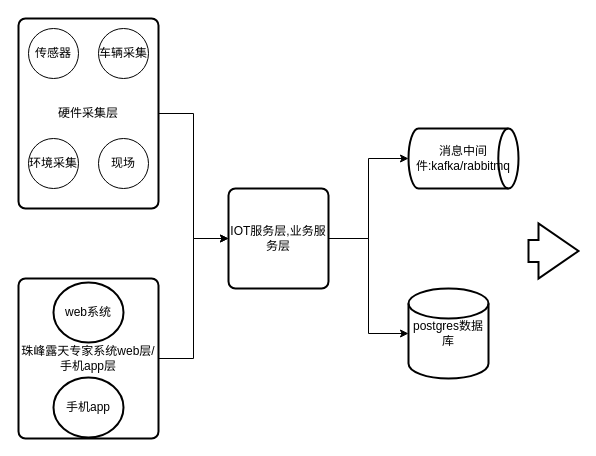
Earlier version of the draw.io diagram 未命名绘图.drawio (dbymz/B2CWeb). Source tidied: cells renumbered, new cells numbered last; positions are measured from the earlier drawing's top-left corner, leaving out a move shared by most shapes. Both pictures are drawn from the tidied source at 100%, with x=0, y=0 at pixel (18, 18).
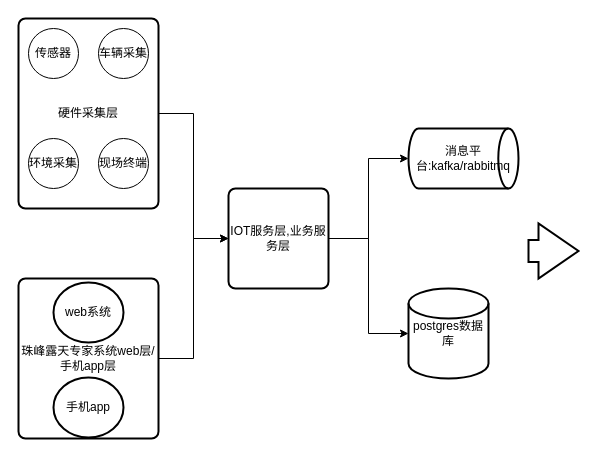
After the change.

Commit message:
更新未命名绘图.drawio

What changed in the source:
```diff
@@
 <mxGraphModel>
   <root>
     <mxCell id="0" />
     <mxCell id="1" parent="0" />
     <mxCell id="2" style="edgeStyle=orthogonalEdgeStyle;rounded=0;jettySize=auto;html=1;" parent="1" edge="1" source="3" target="14">
       <mxGeometry relative="1" as="geometry" />
     </mxCell>
     <mxCell id="3" value="硬件采集层" style="rounded=1;whiteSpace=wrap;html=1;absoluteArcSize=1;arcSize=14;strokeWidth=2;" parent="1" vertex="1">
       <mxGeometry width="140" height="190" as="geometry" />
     </mxCell>
     <mxCell id="4" value="传感器" style="ellipse;whiteSpace=wrap;html=1;" parent="1" vertex="1">
       <mxGeometry x="10" y="10" width="50" height="50" as="geometry" />
     </mxCell>
     <mxCell id="5" value="车辆采集" style="ellipse;whiteSpace=wrap;html=1;" parent="1" vertex="1">
       <mxGeometry x="80" y="10" width="50" height="50" as="geometry" />
     </mxCell>
     <mxCell id="6" value="环境采集" style="ellipse;whiteSpace=wrap;html=1;" parent="1" vertex="1">
       <mxGeometry x="10" y="120" width="50" height="50" as="geometry" />
     </mxCell>
-    <mxCell id="7" value="现场" style="ellipse;whiteSpace=wrap;html=1;" parent="1" vertex="1">
+    <mxCell id="7" value="现场终端" style="ellipse;whiteSpace=wrap;html=1;" parent="1" vertex="1">
       <mxGeometry x="80" y="120" width="50" height="50" as="geometry" />
     </mxCell>
     <mxCell id="8" style="edgeStyle=orthogonalEdgeStyle;rounded=0;jettySize=auto;html=1;" parent="1" edge="1" source="9" target="14">
       <mxGeometry relative="1" as="geometry" />
     </mxCell>
     <mxCell id="9" value="珠峰露天专家系统web层/手机app层" style="rounded=1;whiteSpace=wrap;html=1;absoluteArcSize=1;arcSize=14;strokeWidth=2;" parent="1" vertex="1">
       <mxGeometry y="260" width="140" height="160" as="geometry" />
     </mxCell>
     <mxCell id="10" value="web系统" style="strokeWidth=2;html=1;shape=mxgraph.flowchart.start_2;whiteSpace=wrap;" parent="1" vertex="1">
       <mxGeometry x="35" y="264" width="70" height="60" as="geometry" />
     </mxCell>
     <mxCell id="11" value="手机app" style="strokeWidth=2;html=1;shape=mxgraph.flowchart.start_2;whiteSpace=wrap;" parent="1" vertex="1">
       <mxGeometry x="35" y="359" width="70" height="60" as="geometry" />
     </mxCell>
     <mxCell id="12" style="edgeStyle=orthogonalEdgeStyle;rounded=0;jettySize=auto;html=1;" parent="1" edge="1" source="14" target="15">
       <mxGeometry relative="1" as="geometry" />
     </mxCell>
     <mxCell id="13" style="edgeStyle=orthogonalEdgeStyle;rounded=0;jettySize=auto;html=1;" parent="1" edge="1" source="14" target="16">
       <mxGeometry relative="1" as="geometry" />
     </mxCell>
     <mxCell id="14" value="IOT服务层,业务服务层" style="rounded=1;whiteSpace=wrap;html=1;absoluteArcSize=1;arcSize=14;strokeWidth=2;" parent="1" vertex="1">
       <mxGeometry x="210" y="170" width="100" height="100" as="geometry" />
     </mxCell>
     <mxCell id="15" value="postgres数据库" style="strokeWidth=2;html=1;shape=mxgraph.flowchart.database;whiteSpace=wrap;" parent="1" vertex="1">
       <mxGeometry x="390" y="270" width="80" height="90" as="geometry" />
     </mxCell>
-    <mxCell id="16" value="消息中间件:kafka/rabbitmq" style="strokeWidth=2;html=1;shape=mxgraph.flowchart.direct_data;whiteSpace=wrap;" parent="1" vertex="1">
+    <mxCell id="16" value="消息平台:kafka/rabbitmq" style="strokeWidth=2;html=1;shape=mxgraph.flowchart.direct_data;whiteSpace=wrap;" parent="1" vertex="1">
       <mxGeometry x="390" y="110" width="110" height="60" as="geometry" />
     </mxCell>
     <mxCell id="17" style="verticalLabelPosition=bottom;verticalAlign=top;html=1;strokeWidth=2;shape=mxgraph.arrows2.arrow;dy=0.6;dx=40;notch=0;" parent="1" vertex="1">
       <mxGeometry x="510" y="205" width="50" height="55" as="geometry" />
     </mxCell>
   </root>
 </mxGraphModel>
```
